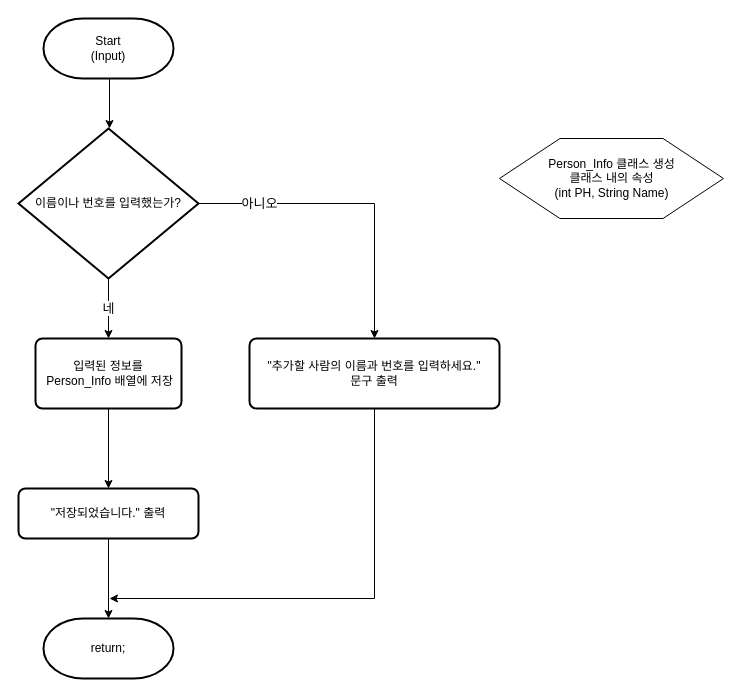
Before: 순서도/Input 기능 순서도_java.drawio in skatld123/PH_list_java, a draw.io diagram. Source tidied: cells renumbered, new cells numbered last; positions are measured from the earlier drawing's top-left corner, leaving out a move shared by most shapes. Both pictures are drawn from the tidied source at 100%, with x=0, y=0 at pixel (18, 18).
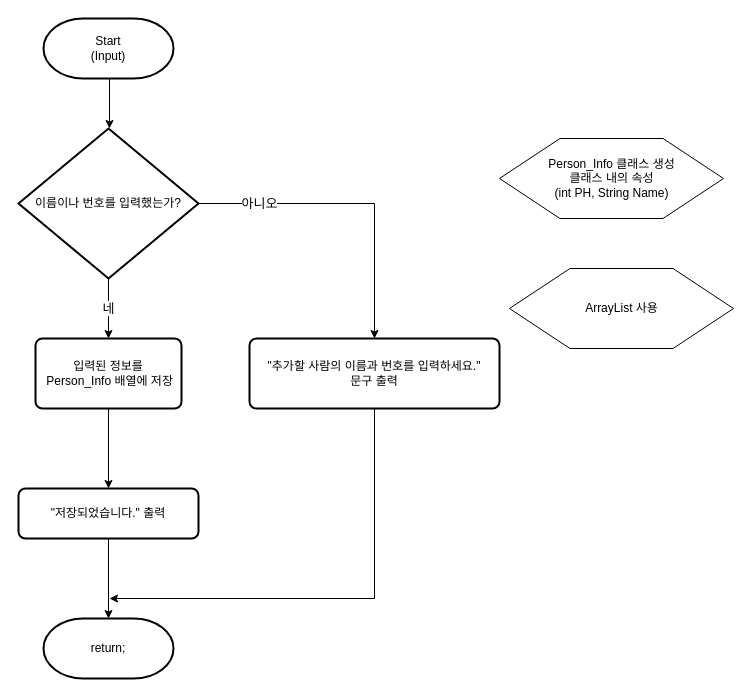
Above is the later version.

Commit message:
Input 기능 순서도_java.drawio 업데이트

Diff of the diagram source:
```diff
@@
+    <mxCell id="15" value="ArrayList 사용" style="verticalLabelPosition=middle;verticalAlign=middle;html=1;shape=hexagon;perimeter=hexagonPerimeter2;arcSize=6;size=0.27;labelPosition=center;align=center;" parent="1" vertex="1">
+      <mxGeometry x="491" y="250" width="224" height="80" as="geometry" />
+    </mxCell>
```
